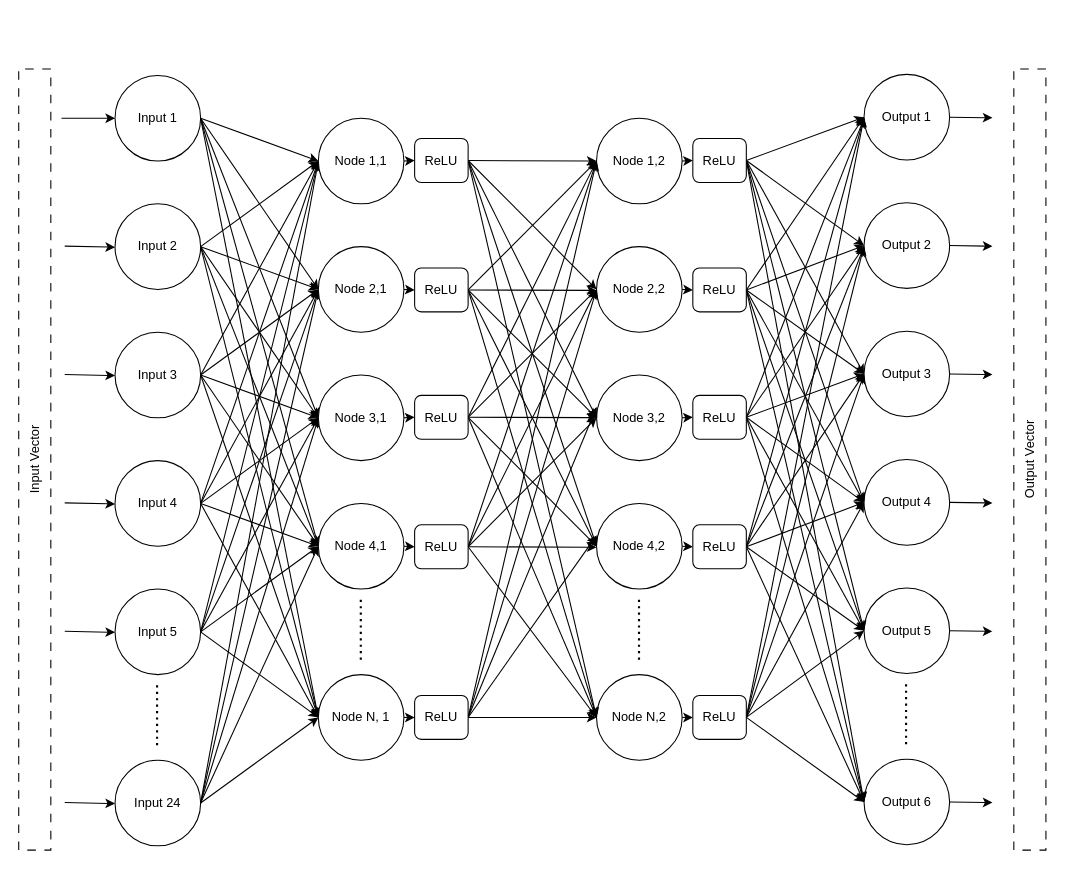
Before: net_arch.drawio in abrigrobler/MEng, a draw.io diagram. Source tidied: cells renumbered, new cells numbered last; positions are measured from the earlier drawing's top-left corner, leaving out a move shared by most shapes. Both pictures are drawn from the tidied source at 107%, with x=0, y=0 at pixel (-356, 74).
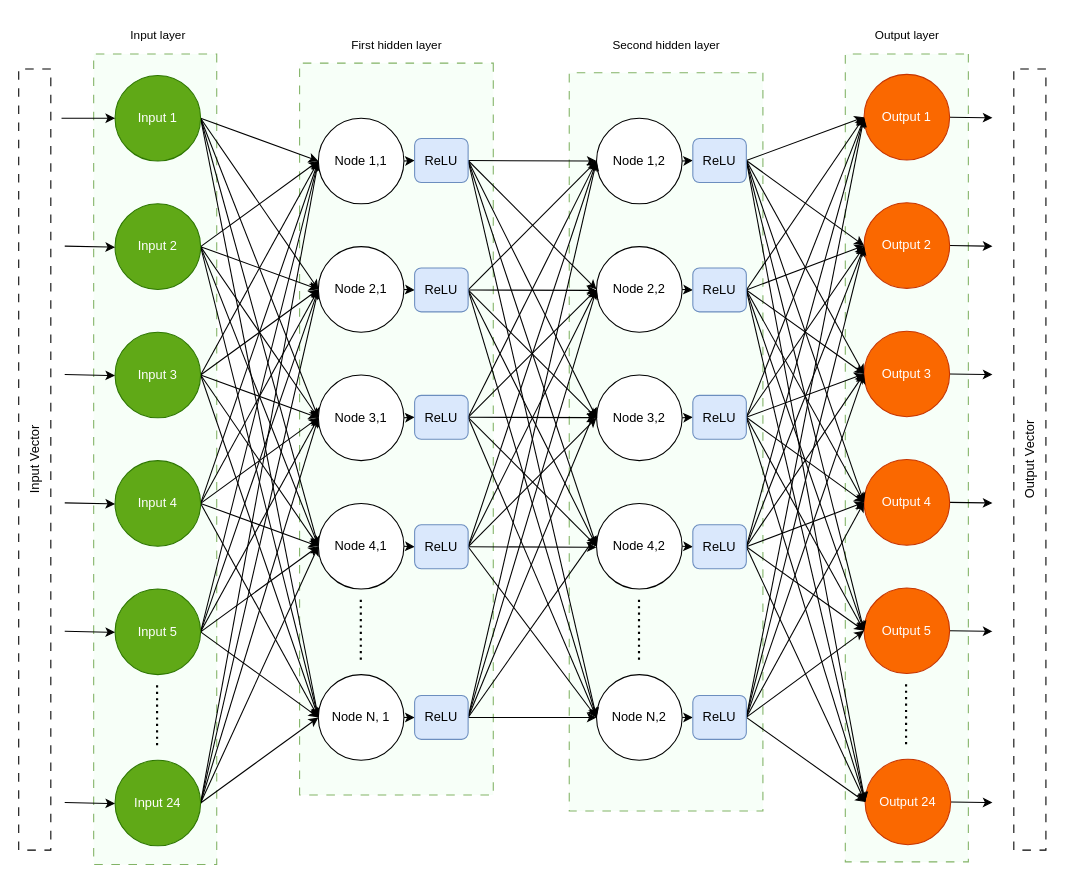
The same page after the edit.

What changed in the source:
```diff
@@
+    <mxCell id="147" style="rounded=0;whiteSpace=wrap;html=1;fontFamily=Helvetica;fontSize=11;rotation=90;fillColor=#F7FFF8;strokeColor=#82b366;dashed=1;dashPattern=8 8;" parent="1" vertex="1">
+      <mxGeometry x="361" y="241" width="684" height="181" as="geometry" />
+    </mxCell>
+    <mxCell id="148" style="rounded=0;whiteSpace=wrap;html=1;fontFamily=Helvetica;fontSize=11;rotation=90;fillColor=#F7FFF8;strokeColor=#82b366;dashed=1;dashPattern=8 8;" parent="1" vertex="1">
+      <mxGeometry x="610" y="253" width="690" height="181" as="geometry" />
+    </mxCell>
+    <mxCell id="149" style="rounded=0;whiteSpace=wrap;html=1;fontFamily=Helvetica;fontSize=11;rotation=90;fillColor=#F7FFF8;strokeColor=#82b366;dashed=1;dashPattern=8 8;" parent="1" vertex="1">
+      <mxGeometry x="802.5" y="301" width="755" height="115" as="geometry" />
+    </mxCell>
+    <mxCell id="150" style="rounded=0;whiteSpace=wrap;html=1;fontFamily=Helvetica;fontSize=11;rotation=90;fillColor=#F7FFF8;strokeColor=#82b366;dashed=1;dashPattern=8 8;" parent="1" vertex="1">
+      <mxGeometry x="98.8" y="302.2" width="757.5" height="115" as="geometry" />
+    </mxCell>
@@
-    <mxCell id="7" value="Input 1" style="ellipse;whiteSpace=wrap;html=1;" parent="1" vertex="1">
+    <mxCell id="7" value="Input 1" style="ellipse;whiteSpace=wrap;html=1;fillColor=#60a917;strokeColor=#2D7600;fontColor=#ffffff;" parent="1" vertex="1">
       <mxGeometry x="440" y="1" width="80" height="80" as="geometry" />
     </mxCell>
@@
-    <mxCell id="13" value="Input 2" style="ellipse;whiteSpace=wrap;html=1;" parent="1" vertex="1">
+    <mxCell id="13" value="Input 2" style="ellipse;whiteSpace=wrap;html=1;fillColor=#60a917;strokeColor=#2D7600;fontColor=#ffffff;" parent="1" vertex="1">
       <mxGeometry x="440" y="121" width="80" height="80" as="geometry" />
     </mxCell>
@@
-    <mxCell id="20" value="Input 3" style="ellipse;whiteSpace=wrap;html=1;" parent="1" vertex="1">
+    <mxCell id="20" value="Input 3" style="ellipse;whiteSpace=wrap;html=1;fillColor=#60a917;strokeColor=#2D7600;fontColor=#ffffff;" parent="1" vertex="1">
       <mxGeometry x="440" y="241" width="80" height="80" as="geometry" />
     </mxCell>
@@
-    <mxCell id="26" value="Input 24" style="ellipse;whiteSpace=wrap;html=1;" parent="1" vertex="1">
+    <mxCell id="26" value="Input 24" style="ellipse;whiteSpace=wrap;html=1;fillColor=#60a917;strokeColor=#2D7600;fontColor=#ffffff;" parent="1" vertex="1">
       <mxGeometry x="440" y="641" width="80" height="80" as="geometry" />
     </mxCell>
@@
-    <mxCell id="32" value="Input 4" style="ellipse;whiteSpace=wrap;html=1;" parent="1" vertex="1">
+    <mxCell id="32" value="Input 4" style="ellipse;whiteSpace=wrap;html=1;fillColor=#60a917;strokeColor=#2D7600;fontColor=#ffffff;" parent="1" vertex="1">
       <mxGeometry x="440" y="361" width="80" height="80" as="geometry" />
     </mxCell>
@@
-    <mxCell id="38" value="Input 5" style="ellipse;whiteSpace=wrap;html=1;" parent="1" vertex="1">
+    <mxCell id="38" value="Input 5" style="ellipse;whiteSpace=wrap;html=1;fillColor=#60a917;strokeColor=#2D7600;fontColor=#ffffff;" parent="1" vertex="1">
       <mxGeometry x="440" y="481" width="80" height="80" as="geometry" />
     </mxCell>
@@
-    <mxCell id="69" value="Output 1" style="ellipse;whiteSpace=wrap;html=1;" parent="1" vertex="1">
+    <mxCell id="69" value="Output 1" style="ellipse;whiteSpace=wrap;html=1;fillColor=#fa6800;fontColor=#FFFFFF;strokeColor=#C73500;" parent="1" vertex="1">
       <mxGeometry x="1140" width="80" height="80" as="geometry" />
     </mxCell>
@@
-    <mxCell id="71" value="Output 2" style="ellipse;whiteSpace=wrap;html=1;" parent="1" vertex="1">
+    <mxCell id="71" value="Output 2" style="ellipse;whiteSpace=wrap;html=1;fillColor=#fa6800;fontColor=#FFFFFF;strokeColor=#C73500;" parent="1" vertex="1">
       <mxGeometry x="1140" y="120" width="80" height="80" as="geometry" />
     </mxCell>
@@
-    <mxCell id="74" value="Output 3" style="ellipse;whiteSpace=wrap;html=1;" parent="1" vertex="1">
+    <mxCell id="74" value="Output 3" style="ellipse;whiteSpace=wrap;html=1;fillColor=#fa6800;fontColor=#FFFFFF;strokeColor=#C73500;" parent="1" vertex="1">
       <mxGeometry x="1140" y="240" width="80" height="80" as="geometry" />
     </mxCell>
@@
-    <mxCell id="76" value="Output 6" style="ellipse;whiteSpace=wrap;html=1;" parent="1" vertex="1">
-      <mxGeometry x="1140" y="640" width="80" height="80" as="geometry" />
+    <mxCell id="76" value="Output 24" style="ellipse;whiteSpace=wrap;html=1;fillColor=#fa6800;fontColor=#FFFFFF;strokeColor=#C73500;" parent="1" vertex="1">
+      <mxGeometry x="1141" y="640" width="80" height="80" as="geometry" />
     </mxCell>
@@
-    <mxCell id="78" value="Output 4" style="ellipse;whiteSpace=wrap;html=1;" parent="1" vertex="1">
+    <mxCell id="78" value="Output 4" style="ellipse;whiteSpace=wrap;html=1;fillColor=#fa6800;fontColor=#FFFFFF;strokeColor=#C73500;" parent="1" vertex="1">
       <mxGeometry x="1140" y="360" width="80" height="80" as="geometry" />
     </mxCell>
@@
-    <mxCell id="80" value="Output 5" style="ellipse;whiteSpace=wrap;html=1;" parent="1" vertex="1">
+    <mxCell id="80" value="Output 5" style="ellipse;whiteSpace=wrap;html=1;fillColor=#fa6800;fontColor=#FFFFFF;strokeColor=#C73500;" parent="1" vertex="1">
       <mxGeometry x="1140" y="480" width="80" height="80" as="geometry" />
     </mxCell>
@@
-    <mxCell id="86" value="ReLU" style="rounded=1;whiteSpace=wrap;html=1;" parent="1" vertex="1">
+    <mxCell id="86" value="ReLU" style="rounded=1;whiteSpace=wrap;html=1;fillColor=#dae8fc;strokeColor=#6c8ebf;" parent="1" vertex="1">
       <mxGeometry x="720" y="60" width="50" height="41" as="geometry" />
     </mxCell>
@@
-    <mxCell id="92" value="ReLU" style="rounded=1;whiteSpace=wrap;html=1;" parent="1" vertex="1">
+    <mxCell id="92" value="ReLU" style="rounded=1;whiteSpace=wrap;html=1;fillColor=#dae8fc;strokeColor=#6c8ebf;" parent="1" vertex="1">
       <mxGeometry x="720" y="181" width="50" height="41" as="geometry" />
     </mxCell>
@@
-    <mxCell id="98" value="ReLU" style="rounded=1;whiteSpace=wrap;html=1;" parent="1" vertex="1">
+    <mxCell id="98" value="ReLU" style="rounded=1;whiteSpace=wrap;html=1;fillColor=#dae8fc;strokeColor=#6c8ebf;" parent="1" vertex="1">
       <mxGeometry x="720" y="300" width="50" height="41" as="geometry" />
     </mxCell>
@@
-    <mxCell id="104" value="ReLU" style="rounded=1;whiteSpace=wrap;html=1;" parent="1" vertex="1">
+    <mxCell id="104" value="ReLU" style="rounded=1;whiteSpace=wrap;html=1;fillColor=#dae8fc;strokeColor=#6c8ebf;" parent="1" vertex="1">
       <mxGeometry x="720" y="421" width="50" height="41" as="geometry" />
     </mxCell>
@@
-    <mxCell id="110" value="ReLU" style="rounded=1;whiteSpace=wrap;html=1;" parent="1" vertex="1">
+    <mxCell id="110" value="ReLU" style="rounded=1;whiteSpace=wrap;html=1;fillColor=#dae8fc;strokeColor=#6c8ebf;" parent="1" vertex="1">
       <mxGeometry x="720" y="580.5" width="50" height="41" as="geometry" />
     </mxCell>
@@
-    <mxCell id="117" value="ReLU" style="rounded=1;whiteSpace=wrap;html=1;" parent="1" vertex="1">
+    <mxCell id="117" value="ReLU" style="rounded=1;whiteSpace=wrap;html=1;fillColor=#dae8fc;strokeColor=#6c8ebf;" parent="1" vertex="1">
       <mxGeometry x="980" y="60" width="50" height="41" as="geometry" />
     </mxCell>
@@
-    <mxCell id="124" value="ReLU" style="rounded=1;whiteSpace=wrap;html=1;" parent="1" vertex="1">
+    <mxCell id="124" value="ReLU" style="rounded=1;whiteSpace=wrap;html=1;fillColor=#dae8fc;strokeColor=#6c8ebf;" parent="1" vertex="1">
       <mxGeometry x="980" y="181" width="50" height="41" as="geometry" />
     </mxCell>
@@
-    <mxCell id="131" value="ReLU" style="rounded=1;whiteSpace=wrap;html=1;" parent="1" vertex="1">
+    <mxCell id="131" value="ReLU" style="rounded=1;whiteSpace=wrap;html=1;fillColor=#dae8fc;strokeColor=#6c8ebf;" parent="1" vertex="1">
       <mxGeometry x="980" y="300" width="50" height="41" as="geometry" />
     </mxCell>
@@
-    <mxCell id="138" value="ReLU" style="rounded=1;whiteSpace=wrap;html=1;" parent="1" vertex="1">
+    <mxCell id="138" value="ReLU" style="rounded=1;whiteSpace=wrap;html=1;fillColor=#dae8fc;strokeColor=#6c8ebf;" parent="1" vertex="1">
       <mxGeometry x="980" y="421" width="50" height="41" as="geometry" />
     </mxCell>
@@
-    <mxCell id="145" value="ReLU" style="rounded=1;whiteSpace=wrap;html=1;" parent="1" vertex="1">
+    <mxCell id="145" value="ReLU" style="rounded=1;whiteSpace=wrap;html=1;fillColor=#dae8fc;strokeColor=#6c8ebf;" parent="1" vertex="1">
       <mxGeometry x="980" y="580.5" width="50" height="41" as="geometry" />
     </mxCell>
@@
+    <mxCell id="151" value="Input layer" style="text;html=1;align=center;verticalAlign=middle;strokeColor=none;fillColor=none;fontSize=11;fontFamily=Helvetica;fontColor=default;" parent="1" vertex="1">
+      <mxGeometry x="445" y="-52" width="70" height="30" as="geometry" />
+    </mxCell>
+    <mxCell id="152" value="First hidden layer" style="text;html=1;align=center;verticalAlign=middle;strokeColor=none;fillColor=none;fontSize=11;fontFamily=Helvetica;fontColor=default;" parent="1" vertex="1">
+      <mxGeometry x="648" y="-42" width="110" height="30" as="geometry" />
+    </mxCell>
+    <mxCell id="153" value="Second hidden layer" style="text;html=1;align=center;verticalAlign=middle;strokeColor=none;fillColor=none;fontSize=11;fontFamily=Helvetica;fontColor=default;" parent="1" vertex="1">
+      <mxGeometry x="895" y="-42" width="120" height="30" as="geometry" />
+    </mxCell>
+    <mxCell id="154" value="Output layer" style="text;html=1;align=center;verticalAlign=middle;strokeColor=none;fillColor=none;fontSize=11;fontFamily=Helvetica;fontColor=default;" parent="1" vertex="1">
+      <mxGeometry x="1140" y="-52" width="80" height="30" as="geometry" />
+    </mxCell>
```
